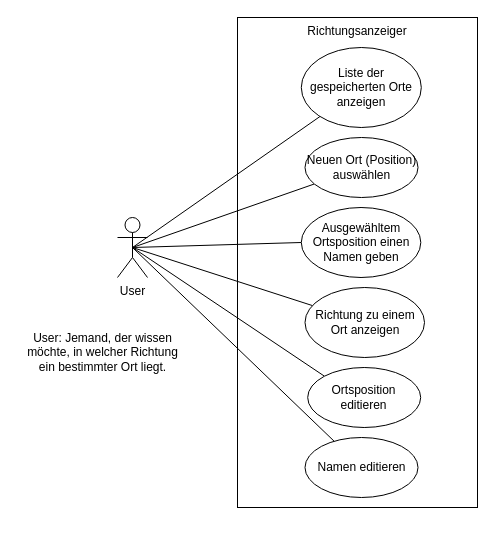
This is Planung/UseCase.drawio from thysia-zosa/modul335, a draw.io file, before an edit. Source tidied: cells renumbered, new cells numbered last; positions are measured from the earlier drawing's top-left corner, leaving out a move shared by most shapes. Both pictures are drawn from the tidied source at 100%, with x=0, y=0 at pixel (17, 17).
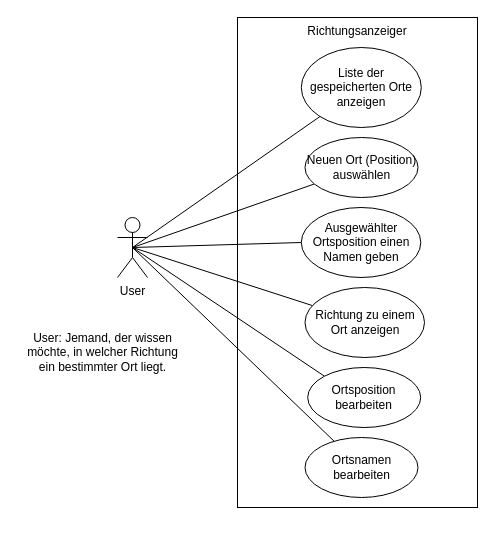
The same page after the edit.

Commit message (it also covers changes not shown here):
Korrektur UseCases

The edit, as a diff of the source:
```diff
@@
 <mxGraphModel>
   <root>
     <mxCell id="0" />
     <mxCell id="1" parent="0" />
     <mxCell id="2" value="Richtungsanzeiger" style="rounded=0;whiteSpace=wrap;html=1;verticalAlign=top;" parent="1" vertex="1">
       <mxGeometry x="220" width="240" height="490" as="geometry" />
     </mxCell>
     <mxCell id="3" style="rounded=0;jettySize=auto;html=1;exitX=0.5;exitY=0.5;exitDx=0;exitDy=0;exitPerimeter=0;endArrow=none;endFill=0;" parent="1" edge="1" source="9" target="11">
       <mxGeometry relative="1" as="geometry" />
     </mxCell>
     <mxCell id="4" style="edgeStyle=none;rounded=0;jettySize=auto;html=1;exitX=0.5;exitY=0.5;exitDx=0;exitDy=0;exitPerimeter=0;entryX=0;entryY=0.5;entryDx=0;entryDy=0;endArrow=none;endFill=0;" parent="1" edge="1" source="9" target="13">
       <mxGeometry relative="1" as="geometry" />
     </mxCell>
     <mxCell id="5" style="edgeStyle=none;rounded=0;jettySize=auto;html=1;exitX=0.5;exitY=0.5;exitDx=0;exitDy=0;exitPerimeter=0;endArrow=none;endFill=0;" parent="1" edge="1" source="9" target="14">
       <mxGeometry relative="1" as="geometry" />
     </mxCell>
     <mxCell id="6" style="edgeStyle=none;rounded=0;jettySize=auto;html=1;exitX=0.5;exitY=0.5;exitDx=0;exitDy=0;exitPerimeter=0;entryX=0;entryY=0;entryDx=0;entryDy=0;endArrow=none;endFill=0;" parent="1" edge="1" source="9" target="15">
       <mxGeometry relative="1" as="geometry" />
     </mxCell>
     <mxCell id="7" style="edgeStyle=none;rounded=0;jettySize=auto;html=1;exitX=0.5;exitY=0.5;exitDx=0;exitDy=0;exitPerimeter=0;endArrow=none;endFill=0;" parent="1" edge="1" source="9" target="16">
       <mxGeometry relative="1" as="geometry" />
     </mxCell>
     <mxCell id="8" style="edgeStyle=none;rounded=0;jettySize=auto;html=1;exitX=0.5;exitY=0.5;exitDx=0;exitDy=0;exitPerimeter=0;endArrow=none;endFill=0;" parent="1" edge="1" source="9" target="12">
       <mxGeometry relative="1" as="geometry" />
     </mxCell>
     <mxCell id="9" value="User" style="shape=umlActor;verticalLabelPosition=bottom;verticalAlign=top;html=1;outlineConnect=0;" parent="1" vertex="1">
       <mxGeometry x="100" y="200" width="30" height="60" as="geometry" />
     </mxCell>
     <mxCell id="10" value="User: Jemand, der wissen &lt;br&gt;möchte, in welcher Richtung &lt;br&gt;ein bestimmter Ort liegt." style="text;html=1;align=center;verticalAlign=middle;" parent="1" vertex="1">
       <mxGeometry y="310" width="170" height="50" as="geometry" />
     </mxCell>
     <mxCell id="11" value="Liste der gespeicherten Orte anzeigen" style="ellipse;whiteSpace=wrap;html=1;" parent="1" vertex="1">
       <mxGeometry x="283.8" y="30" width="120" height="80" as="geometry" />
     </mxCell>
     <mxCell id="12" value="Neuen Ort (Position) auswählen" style="ellipse;whiteSpace=wrap;html=1;" parent="1" vertex="1">
       <mxGeometry x="287.5" y="120" width="113" height="60" as="geometry" />
     </mxCell>
-    <mxCell id="13" value="&lt;div&gt;Ausgewähltem Ortsposition einen Namen geben&lt;/div&gt;" style="ellipse;whiteSpace=wrap;html=1;" parent="1" vertex="1">
+    <mxCell id="13" value="&lt;div&gt;Ausgewählter Ortsposition einen Namen geben&lt;/div&gt;" style="ellipse;whiteSpace=wrap;html=1;" parent="1" vertex="1">
       <mxGeometry x="283.8" y="190" width="119.5" height="70" as="geometry" />
     </mxCell>
     <mxCell id="14" value="Richtung zu einem Ort anzeigen" style="ellipse;whiteSpace=wrap;html=1;" parent="1" vertex="1">
       <mxGeometry x="287.5" y="270" width="119.5" height="70" as="geometry" />
     </mxCell>
-    <mxCell id="15" value="Ortsposition editieren" style="ellipse;whiteSpace=wrap;html=1;" parent="1" vertex="1">
+    <mxCell id="15" value="Ortsposition bearbeiten" style="ellipse;whiteSpace=wrap;html=1;" parent="1" vertex="1">
       <mxGeometry x="290.2" y="350" width="113" height="60" as="geometry" />
     </mxCell>
-    <mxCell id="16" value="Namen editieren" style="ellipse;whiteSpace=wrap;html=1;" parent="1" vertex="1">
+    <mxCell id="16" value="&lt;div&gt;Ortsnamen bearbeiten&lt;/div&gt;" style="ellipse;whiteSpace=wrap;html=1;" parent="1" vertex="1">
       <mxGeometry x="287.5" y="420" width="113" height="60" as="geometry" />
     </mxCell>
     <mxCell id="17" style="edgeStyle=orthogonalEdgeStyle;rounded=0;orthogonalLoop=1;jettySize=auto;html=1;exitX=0.5;exitY=1;exitDx=0;exitDy=0;" parent="1" edge="1" source="2" target="2">
       <mxGeometry relative="1" as="geometry" />
     </mxCell>
   </root>
 </mxGraphModel>
```
